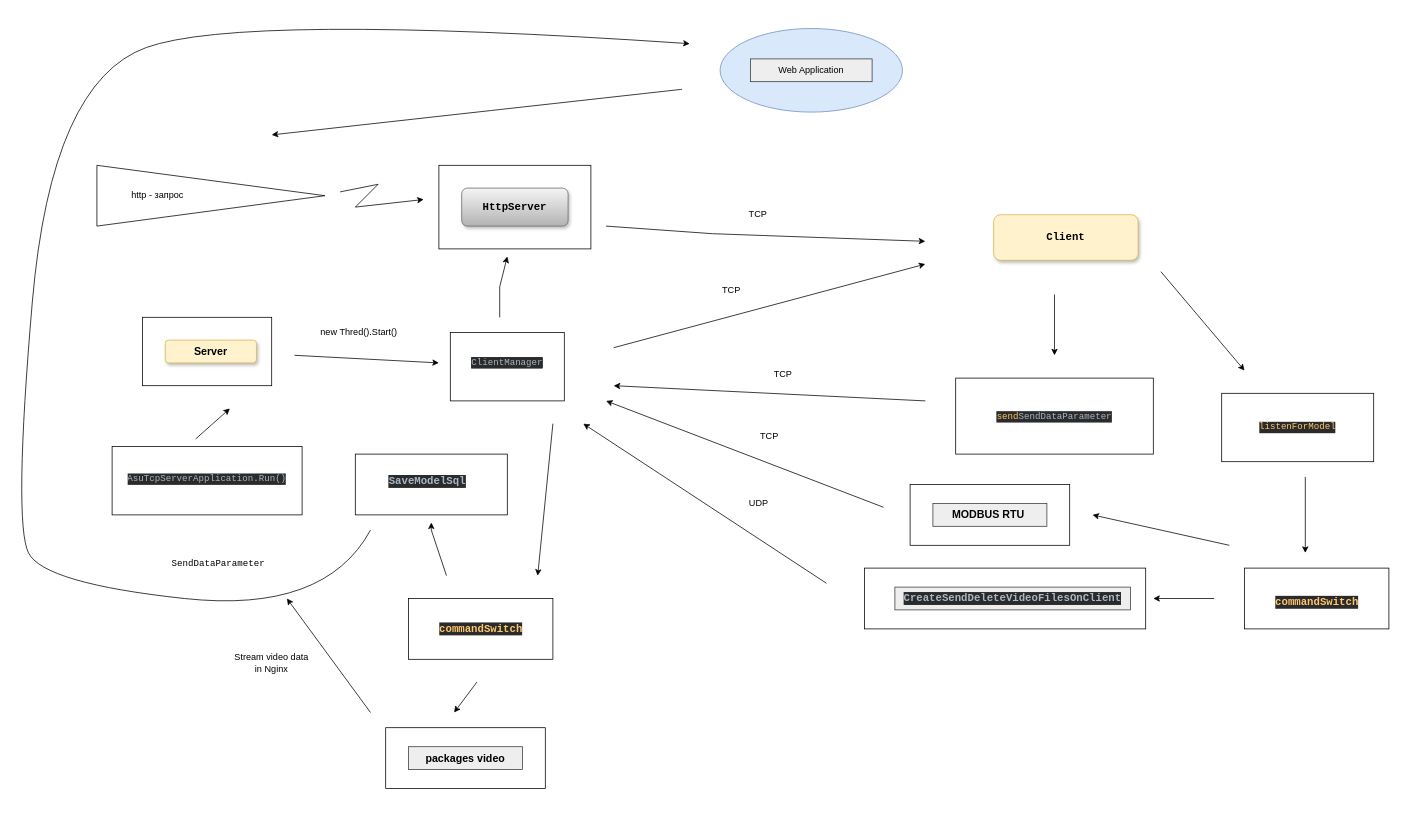
Earlier version of the draw.io diagram src/main/java/structure_diagram.drawio (seregAnt02/AsuTcpClientrOnJava). Source tidied: cells renumbered, new cells numbered last; positions are measured from the earlier drawing's top-left corner, leaving out a move shared by most shapes. Both pictures are drawn from the tidied source at 76%, with x=0, y=0 at pixel (13, 13).
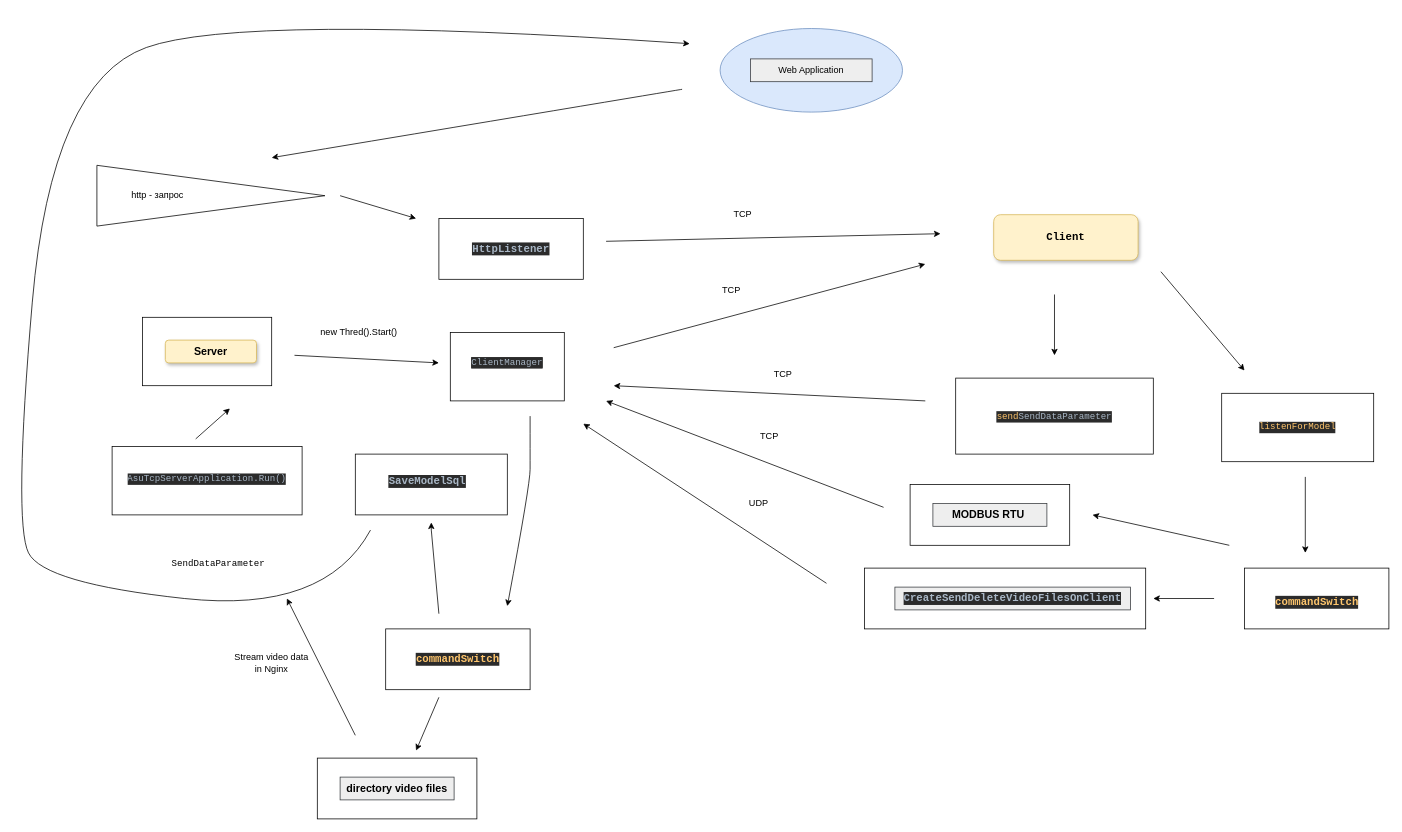
After the change.

The change refers to these unchanged cells:
```xml
<mxCell id="15" style="group;" parent="1" vertex="1">
  <mxGeometry x="100" y="200" width="660" height="510" as="geometry" />
</mxCell>
<mxCell id="25" style="group;" parent="24" vertex="1">
  <mxGeometry x="460" width="200" height="310" as="geometry" />
</mxCell>
<mxCell id="73" style="group;" parent="1" vertex="1">
  <mxGeometry width="890" height="920" as="geometry" />
</mxCell>
<mxCell id="74" style="group;" parent="73" vertex="1">
  <mxGeometry width="890" height="850" as="geometry" />
</mxCell>
<mxCell id="78" style="group;" parent="77" vertex="1">
  <mxGeometry width="190" height="80" as="geometry" />
</mxCell>
```

Change to the diagram source:
```diff
@@
-    <mxCell id="2" style="group;" parent="1" vertex="1">
-      <mxGeometry x="780" y="250" width="420" height="50" as="geometry" />
-    </mxCell>
-    <mxCell id="3" value="TCP" style="text;html=1;align=center;verticalAlign=middle;whiteSpace=wrap;rounded=0;" parent="2" vertex="1">
-      <mxGeometry x="170" width="60" height="30" as="geometry" />
-    </mxCell>
-    <mxCell id="4" style="endArrow=classic;html=1;rounded=0;" parent="2" edge="1">
-      <mxGeometry relative="1" as="geometry">
-        <mxPoint y="30" as="sourcePoint" />
-        <mxPoint x="420" y="50" as="targetPoint" />
-        <Array as="points">
-          <mxPoint x="140" y="40" />
-        </Array>
-      </mxGeometry>
-    </mxCell>
@@
     <mxCell id="14" style="curved=1;endArrow=classic;html=1;rounded=0;" parent="1" edge="1">
       <mxGeometry relative="1" as="geometry">
         <mxPoint x="880" y="100" as="sourcePoint" />
-        <mxPoint x="340" y="160" as="targetPoint" />
+        <mxPoint x="340" y="190" as="targetPoint" />
       </mxGeometry>
     </mxCell>
@@
-    <mxCell id="23" style="endArrow=classic;html=1;rounded=0;" parent="15" edge="1">
-      <mxGeometry relative="1" as="geometry">
-        <mxPoint x="330" y="35" as="sourcePoint" />
-        <mxPoint x="440" y="45" as="targetPoint" />
-        <Array as="points">
-          <mxPoint x="380" y="25" />
-          <mxPoint x="350" y="55" />
-        </Array>
-      </mxGeometry>
-    </mxCell>
@@
-    <mxCell id="26" style="endArrow=classic;html=1;rounded=0;" parent="25" edge="1">
-      <mxGeometry relative="1" as="geometry">
-        <mxPoint x="80" y="200" as="sourcePoint" />
-        <mxPoint x="90" y="120" as="targetPoint" />
-        <Array as="points">
-          <mxPoint x="80" y="160" />
-        </Array>
-      </mxGeometry>
-    </mxCell>
-    <mxCell id="27" style="edgeStyle=orthogonalEdgeStyle;rounded=0;jettySize=auto;html=1;" parent="25" edge="1" target="29">
-      <mxGeometry relative="1" as="geometry">
-        <mxPoint x="90" y="45" as="sourcePoint" />
-      </mxGeometry>
-    </mxCell>
-    <mxCell id="28" style="rounded=0;whiteSpace=wrap;html=1;" parent="25" vertex="1">
-      <mxGeometry width="200" height="110" as="geometry" />
-    </mxCell>
-    <mxCell id="29" value="&lt;h3 style=&quot;font-family: &amp;quot;JetBrains Mono&amp;quot;, monospace;&quot;&gt;&lt;font style=&quot;color: light-dark(rgb(0, 0, 0), rgb(71, 83, 96));&quot;&gt;HttpServer&lt;/font&gt;&lt;/h3&gt;" style="text;html=1;align=center;verticalAlign=middle;whiteSpace=wrap;rounded=1;shadow=1;fillColor=#f5f5f5;strokeColor=#666666;gradientColor=#b3b3b3;" parent="25" vertex="1">
-      <mxGeometry x="30" y="30" width="140" height="50" as="geometry" />
-    </mxCell>
@@
     <mxCell id="67" style="group;" parent="1" vertex="1">
-      <mxGeometry x="490" y="940" width="210" height="80" as="geometry" />
+      <mxGeometry x="400" y="980" width="210" height="80" as="geometry" />
     </mxCell>
@@
-    <mxCell id="69" value="&lt;h3&gt;packages video&lt;/h3&gt;" style="text;html=1;align=center;verticalAlign=middle;whiteSpace=wrap;rounded=0;fillColor=#eeeeee;strokeColor=#36393d;" parent="67" vertex="1">
+    <mxCell id="69" value="&lt;h3&gt;directory video files&lt;/h3&gt;" style="text;html=1;align=center;verticalAlign=middle;whiteSpace=wrap;rounded=0;fillColor=#eeeeee;strokeColor=#36393d;" parent="67" vertex="1">
       <mxGeometry x="30" y="25" width="150" height="30" as="geometry" />
     </mxCell>
     <mxCell id="70" style="endArrow=classic;html=1;rounded=0;" parent="1" edge="1">
       <mxGeometry relative="1" as="geometry">
-        <mxPoint x="470" y="920" as="sourcePoint" />
+        <mxPoint x="450" y="950" as="sourcePoint" />
         <mxPoint x="360" y="770" as="targetPoint" />
       </mxGeometry>
     </mxCell>
@@
     <mxCell id="77" style="group;" parent="74" vertex="1">
-      <mxGeometry x="520" y="770" width="190" height="80" as="geometry" />
+      <mxGeometry x="490" y="810" width="190" height="80" as="geometry" />
     </mxCell>
@@
     <mxCell id="80" value="&lt;h3 style=&quot;background-color: light-dark(rgb(43, 43, 43), rgb(200, 200, 200)); color: light-dark(rgb(169, 183, 198), rgb(71, 83, 96)); font-family: &amp;quot;JetBrains Mono&amp;quot;, monospace;&quot;&gt;&lt;span style=&quot;color: rgb(255, 198, 109);&quot;&gt;commandSwitch&lt;/span&gt;&lt;/h3&gt;" style="text;html=1;align=center;verticalAlign=middle;whiteSpace=wrap;rounded=0;" parent="78" vertex="1">
-      <mxGeometry x="1" y="25" width="189" height="30" as="geometry" />
+      <mxGeometry x="20" y="25" width="150" height="30" as="geometry" />
     </mxCell>
     <mxCell id="81" style="endArrow=classic;html=1;rounded=0;" parent="74" edge="1">
       <mxGeometry relative="1" as="geometry">
-        <mxPoint x="570" y="740" as="sourcePoint" />
+        <mxPoint x="560" y="790" as="sourcePoint" />
         <mxPoint x="550" y="670" as="targetPoint" />
         <Array as="points">
           <mxPoint x="550" y="680" />
         </Array>
       </mxGeometry>
     </mxCell>
+    <mxCell id="86" style="group;" parent="74" vertex="1">
+      <mxGeometry x="560" y="270" width="190" height="80" as="geometry" />
+    </mxCell>
+    <mxCell id="87" style="rounded=0;whiteSpace=wrap;html=1;" parent="86" vertex="1">
+      <mxGeometry width="190" height="80" as="geometry" />
+    </mxCell>
+    <mxCell id="88" value="&lt;h3 style=&quot;background-color: light-dark(rgb(43, 43, 43), rgb(200, 200, 200)); color: light-dark(rgb(169, 183, 198), rgb(71, 83, 96)); font-family: &amp;quot;JetBrains Mono&amp;quot;, monospace;&quot;&gt;&lt;pre style=&quot;font-family: &amp;quot;JetBrains Mono&amp;quot;, monospace;&quot;&gt;HttpListener&lt;/pre&gt;&lt;/h3&gt;" style="text;html=1;align=center;verticalAlign=middle;whiteSpace=wrap;rounded=0;" parent="86" vertex="1">
+      <mxGeometry x="20" y="25" width="150" height="30" as="geometry" />
+    </mxCell>
     <mxCell id="82" style="endArrow=classic;html=1;rounded=0;" parent="73" edge="1">
       <mxGeometry relative="1" as="geometry">
-        <mxPoint x="610" y="880" as="sourcePoint" />
-        <mxPoint x="580" y="920" as="targetPoint" />
+        <mxPoint x="560" y="900" as="sourcePoint" />
+        <mxPoint x="530" y="970" as="targetPoint" />
       </mxGeometry>
     </mxCell>
-    <mxCell id="83" style="endArrow=classic;html=1;rounded=0;" parent="73" edge="1">
-      <mxGeometry relative="1" as="geometry">
-        <mxPoint x="710" y="540" as="sourcePoint" />
-        <mxPoint x="690" y="740" as="targetPoint" />
-      </mxGeometry>
-    </mxCell>
@@
+    <mxCell id="89" style="endArrow=classic;html=1;rounded=0;" parent="1" edge="1">
+      <mxGeometry relative="1" as="geometry">
+        <mxPoint x="430" y="240" as="sourcePoint" />
+        <mxPoint x="530" y="270" as="targetPoint" />
+      </mxGeometry>
+    </mxCell>
+    <mxCell id="90" style="endArrow=classic;html=1;rounded=0;" parent="1" edge="1">
+      <mxGeometry relative="1" as="geometry">
+        <mxPoint x="780" y="300" as="sourcePoint" />
+        <mxPoint x="1220" y="290" as="targetPoint" />
+      </mxGeometry>
+    </mxCell>
+    <mxCell id="91" style="curved=1;endArrow=classic;html=1;rounded=0;" parent="1" edge="1">
+      <mxGeometry relative="1" as="geometry">
+        <mxPoint x="680" y="530" as="sourcePoint" />
+        <mxPoint x="650" y="780" as="targetPoint" />
+        <Array as="points">
+          <mxPoint x="680" y="580" />
+          <mxPoint x="680" y="620" />
+        </Array>
+      </mxGeometry>
+    </mxCell>
+    <mxCell id="3" value="TCP" style="text;html=1;align=center;verticalAlign=middle;whiteSpace=wrap;rounded=0;" parent="1" vertex="1">
+      <mxGeometry x="930" y="250" width="60" height="30" as="geometry" />
+    </mxCell>
```
